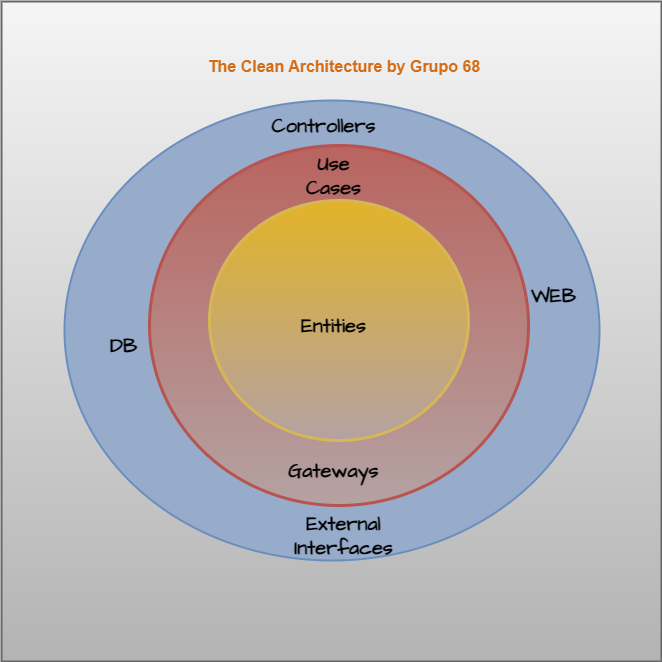
Earlier version of the draw.io export src/main/resources/images/clean-architecture.png (gleniomontovani/tech-challenge-pos-tech). Source tidied: cells renumbered, new cells last; positions are measured from the earlier drawing's top-left corner, leaving out a move shared by most shapes.
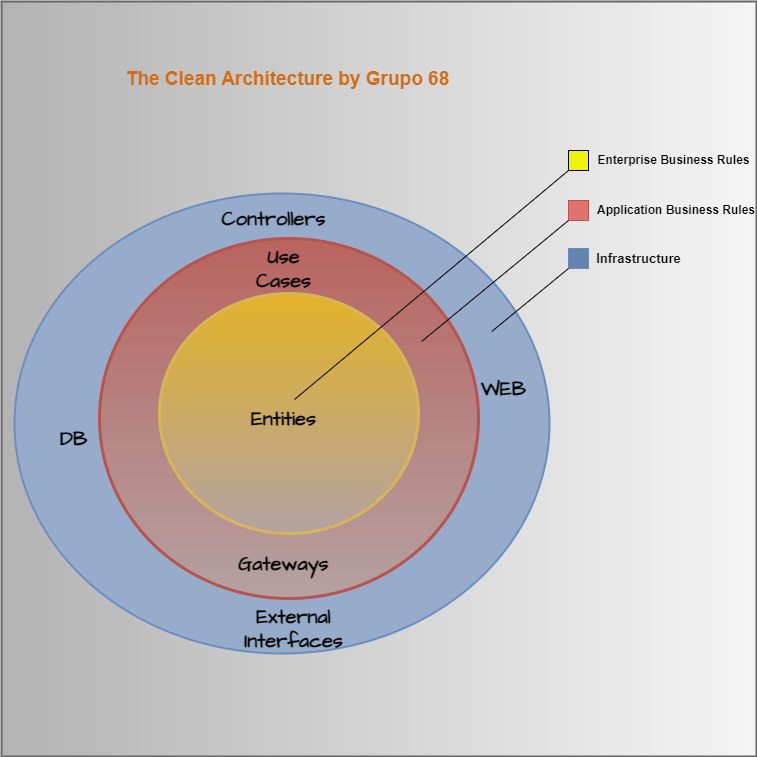
Later version of the same file.

Diff of the diagram source:
```diff
@@ -2,8 +2,8 @@
   <root>
     <mxCell id="0" />
     <mxCell id="1" parent="0" />
-    <mxCell id="2" style="whiteSpace=wrap;html=1;fillColor=#f5f5f5;gradientColor=#b3b3b3;strokeColor=#666666;strokeWidth=2;" parent="1" vertex="1">
-      <mxGeometry width="660" height="660" as="geometry" />
+    <mxCell id="2" style="whiteSpace=wrap;html=1;fillColor=#f5f5f5;gradientColor=#b3b3b3;strokeColor=#666666;strokeWidth=2;direction=south;" parent="1" vertex="1">
+      <mxGeometry x="50" y="-93" width="755" height="755" as="geometry" />
     </mxCell>
     <mxCell id="3" style="ellipse;whiteSpace=wrap;html=1;hachureGap=4;fontFamily=Architects Daughter;fontSource=https%3A%2F%2Ffonts.googleapis.com%2Fcss%3Ffamily%3DArchitects%2BDaughter;fontSize=20;fillColor=#96acca;strokeColor=#6c8ebf;gradientColor=none;strokeWidth=2;" parent="1" vertex="1">
       <mxGeometry x="63" y="99" width="535" height="460" as="geometry" />
@@ -35,8 +35,35 @@
     <mxCell id="12" value="Entities" style="text;html=1;strokeColor=none;fillColor=none;align=center;verticalAlign=middle;whiteSpace=wrap;rounded=0;fontSize=20;fontFamily=Architects Daughter;fontStyle=1;" parent="1" vertex="1">
       <mxGeometry x="293" y="309" width="79" height="30" as="geometry" />
     </mxCell>
-    <mxCell id="13" value="The Clean Architecture by Grupo 68" style="text;html=1;strokeColor=none;fillColor=none;align=center;verticalAlign=middle;whiteSpace=wrap;rounded=0;fontColor=#d36c17;fontSize=16;fontStyle=1;" parent="1" vertex="1">
-      <mxGeometry x="192.5" y="50" width="300" height="30" as="geometry" />
+    <mxCell id="13" value="The Clean Architecture by Grupo 68" style="text;html=1;strokeColor=none;fillColor=none;align=center;verticalAlign=middle;whiteSpace=wrap;rounded=0;fontColor=#d36c17;fontSize=19;fontStyle=1;" parent="1" vertex="1">
+      <mxGeometry x="171.5" y="-30" width="328.5" height="30" as="geometry" />
     </mxCell>
+    <mxCell id="14" style="rounded=0;whiteSpace=wrap;html=1;fillColor=#eef207;" parent="1" vertex="1">
+      <mxGeometry x="617" y="56" width="20" height="20" as="geometry" />
+    </mxCell>
+    <mxCell id="15" style="rounded=0;whiteSpace=wrap;html=1;fillColor=#df726d;strokeColor=#b85450;" parent="1" vertex="1">
+      <mxGeometry x="617" y="106" width="20" height="20" as="geometry" />
+    </mxCell>
+    <mxCell id="16" style="rounded=0;whiteSpace=wrap;html=1;fillColor=#6483af;strokeColor=#6c8ebf;" parent="1" vertex="1">
+      <mxGeometry x="617" y="154" width="20" height="20" as="geometry" />
+    </mxCell>
+    <mxCell id="17" value="Enterprise Business Rules" style="text;html=1;strokeColor=none;fillColor=none;align=center;verticalAlign=middle;whiteSpace=wrap;rounded=0;fontFamily=Helvetica;fontSize=12;fontStyle=1;" parent="1" vertex="1">
+      <mxGeometry x="639" y="51" width="167" height="30" as="geometry" />
+    </mxCell>
+    <mxCell id="18" value="Application Business Rules" style="text;html=1;strokeColor=none;fillColor=none;align=center;verticalAlign=middle;whiteSpace=wrap;rounded=0;fontStyle=1;" parent="1" vertex="1">
+      <mxGeometry x="644" y="101" width="162" height="30" as="geometry" />
+    </mxCell>
+    <mxCell id="19" value="Infrastructure" style="text;html=1;strokeColor=none;fillColor=none;align=center;verticalAlign=middle;whiteSpace=wrap;rounded=0;fontStyle=1;fontSize=13;" parent="1" vertex="1">
+      <mxGeometry x="639" y="149" width="97" height="30" as="geometry" />
+    </mxCell>
+    <mxCell id="20" style="endArrow=none;html=1;rounded=0;entryX=0;entryY=1;entryDx=0;entryDy=0;exitX=0.633;exitY=-0.133;exitDx=0;exitDy=0;exitPerimeter=0;" parent="1" edge="1" source="12" target="14">
+      <mxGeometry relative="1" as="geometry" />
+    </mxCell>
+    <mxCell id="21" style="endArrow=none;html=1;rounded=0;entryX=0;entryY=1;entryDx=0;entryDy=0;exitX=0.85;exitY=0.286;exitDx=0;exitDy=0;exitPerimeter=0;" parent="1" edge="1" source="4" target="15">
+      <mxGeometry relative="1" as="geometry" />
+    </mxCell>
+    <mxCell id="22" style="endArrow=none;html=1;rounded=0;entryX=0;entryY=1;entryDx=0;entryDy=0;exitX=0.892;exitY=0.3;exitDx=0;exitDy=0;exitPerimeter=0;" parent="1" edge="1" source="3" target="16">
+      <mxGeometry relative="1" as="geometry" />
+    </mxCell>
   </root>
 </mxGraphModel>
```
